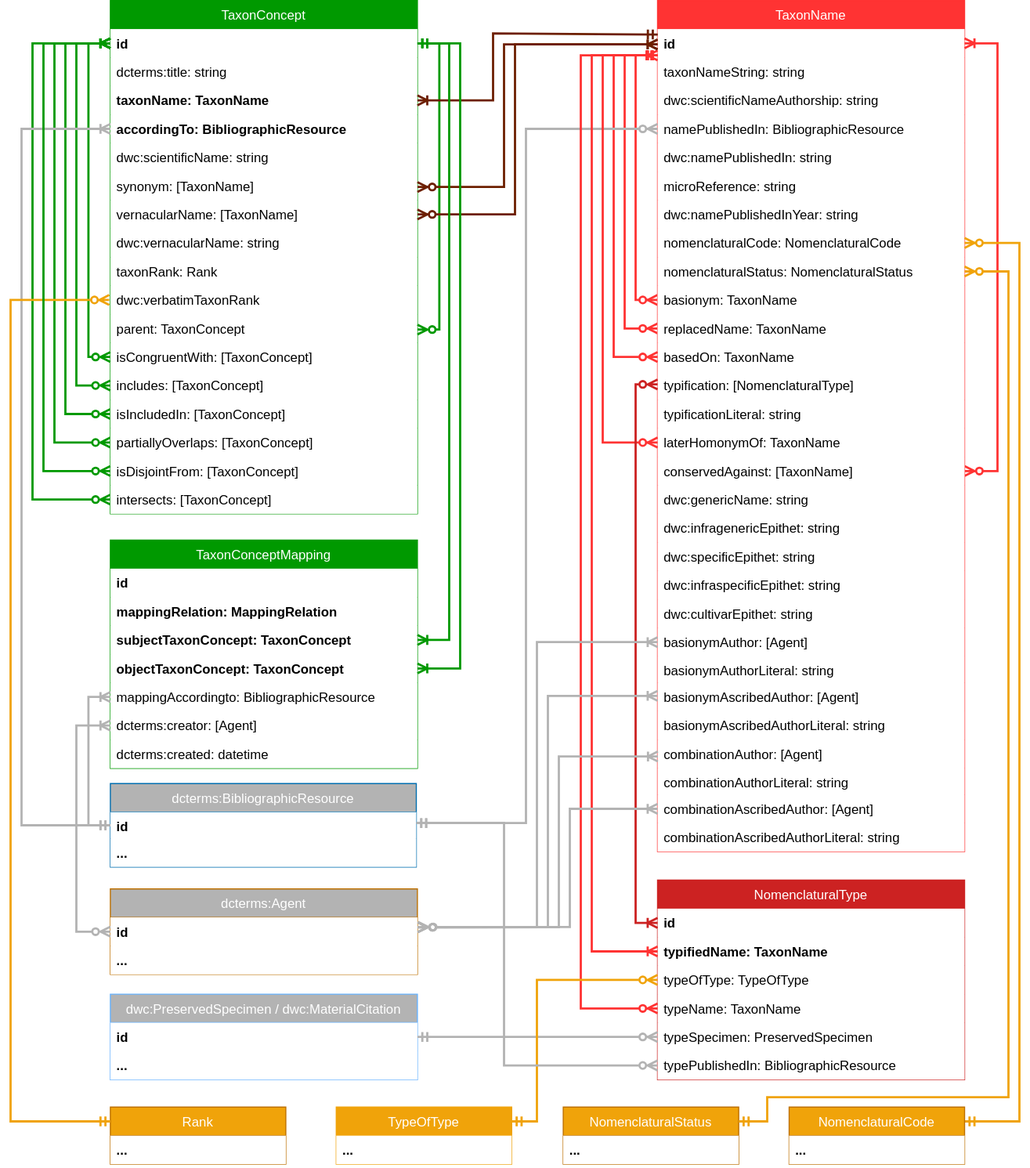
The draw.io diagram docs/media/tcs-diagram.drawio.svg in tdwg/tcs2, before a commit. Source tidied: cells renumbered, new cells last; positions are measured from the earlier drawing's top-left corner, leaving out a move shared by most shapes.
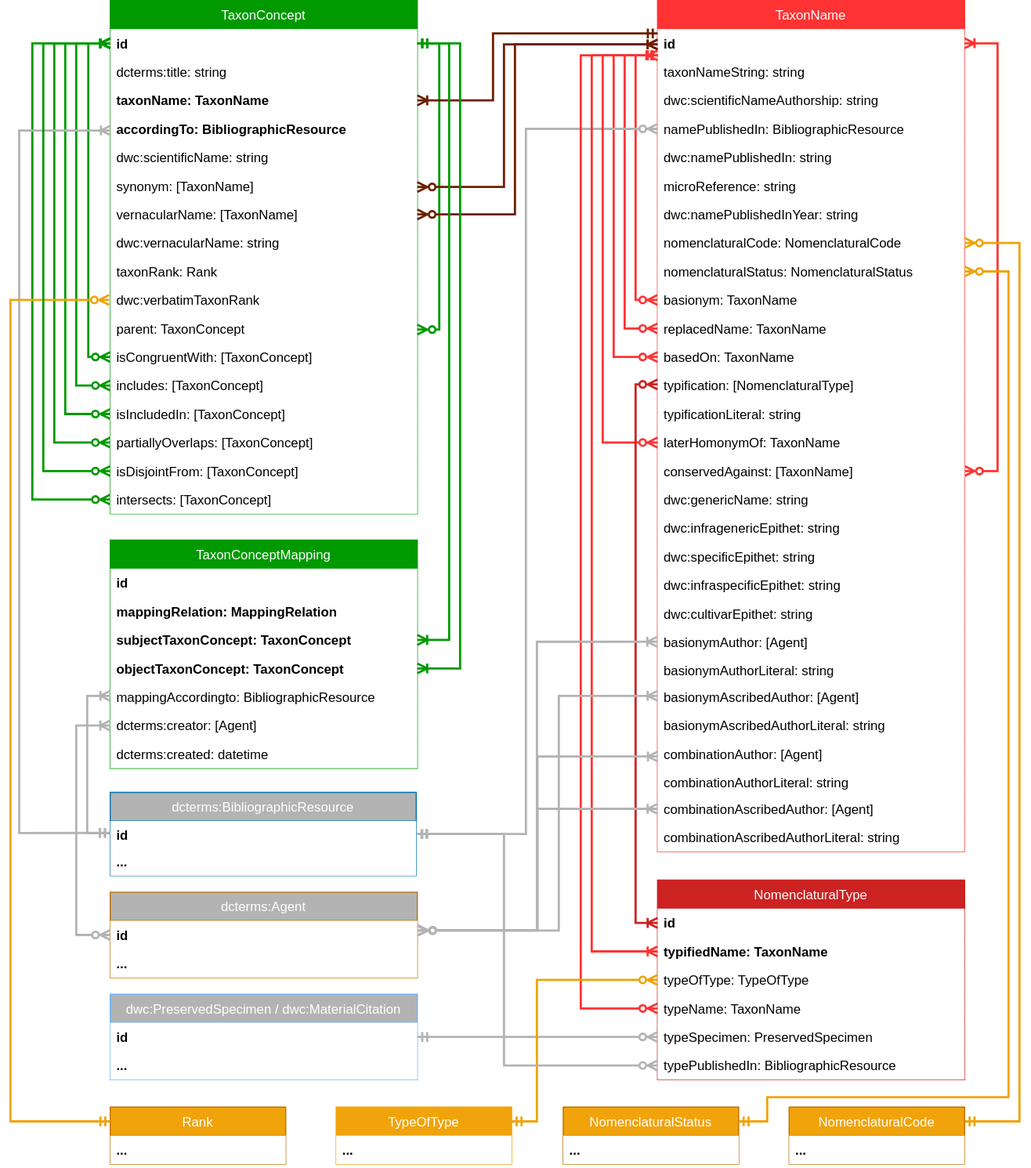
The same file after the commit.

Change to the diagram source:
```diff
@@ -287,20 +287,21 @@
         </Array>
       </mxGeometry>
     </mxCell>
-    <mxCell id="77" style="edgeStyle=orthogonalEdgeStyle;rounded=0;jettySize=auto;html=1;entryX=0;entryY=0.5;entryDx=0;entryDy=0;startArrow=ERoneToMany;endArrow=ERmandOne;strokeColor=#B3B3B3;strokeWidth=2;exitX=0;exitY=0.25;exitDx=0;exitDy=0;startFill=0;" parent="1" edge="1" source="2" target="83">
+    <mxCell id="77" style="edgeStyle=orthogonalEdgeStyle;rounded=0;jettySize=auto;html=1;entryX=0.006;entryY=0.457;entryDx=0;entryDy=0;startArrow=ERoneToMany;endArrow=ERmandOne;strokeColor=#B3B3B3;strokeWidth=2;exitX=0.002;exitY=0.557;exitDx=0;exitDy=0;startFill=0;entryPerimeter=0;exitPerimeter=0;" parent="1" edge="1" source="6">
       <mxGeometry relative="1" as="geometry">
+        <mxPoint x="90.7" y="759" as="targetPoint" />
         <Array as="points">
-          <mxPoint x="10" y="117" />
-          <mxPoint x="10" y="752" />
+          <mxPoint x="8" y="119" />
+          <mxPoint x="8" y="759" />
         </Array>
       </mxGeometry>
     </mxCell>
     <mxCell id="78" style="edgeStyle=orthogonalEdgeStyle;rounded=0;jettySize=auto;html=1;startArrow=ERzeroToMany;endArrow=ERmandOne;exitX=0;exitY=0.5;exitDx=0;exitDy=0;strokeColor=#B3B3B3;strokeWidth=2;" parent="1" edge="1" source="30">
       <mxGeometry relative="1" as="geometry">
-        <mxPoint x="370" y="750" as="targetPoint" />
+        <mxPoint x="371" y="760" as="targetPoint" />
         <Array as="points">
           <mxPoint x="470" y="117" />
-          <mxPoint x="470" y="750" />
+          <mxPoint x="470" y="760" />
         </Array>
       </mxGeometry>
     </mxCell>
@@ -334,7 +335,7 @@
       </mxGeometry>
     </mxCell>
     <mxCell id="83" value="dcterms:BibliographicResource" style="swimlane;fontStyle=0;horizontal=1;startSize=26;strokeWidth=1;strokeColor=#006EAF;fontColor=#ffffff;fillColor=#B3B3B3;" parent="1" vertex="1">
-      <mxGeometry x="91" y="714" width="279" height="76" as="geometry" />
+      <mxGeometry x="91" y="722" width="279" height="76" as="geometry" />
     </mxCell>
     <mxCell id="84" value="id" style="text;strokeColor=none;align=left;verticalAlign=top;spacingLeft=4;spacingRight=4;overflow=hidden;points=[[0,0.5],[1,0.5]];portConstraint=eastwest;fontStyle=1;fillColor=#ffffff;" parent="83" vertex="1">
       <mxGeometry y="26" width="279" height="24" as="geometry" />
@@ -434,11 +435,13 @@
         </Array>
       </mxGeometry>
     </mxCell>
-    <mxCell id="103" style="edgeStyle=orthogonalEdgeStyle;rounded=0;jettySize=auto;html=1;entryX=0;entryY=0.5;entryDx=0;entryDy=0;strokeColor=#B3B3B3;strokeWidth=2;startArrow=ERoneToMany;startFill=0;endArrow=ERmandOne;endFill=0;exitX=0;exitY=0.5;exitDx=0;exitDy=0;" parent="1" edge="1" source="98" target="84">
+    <mxCell id="103" style="edgeStyle=orthogonalEdgeStyle;rounded=0;jettySize=auto;html=1;entryX=-0.001;entryY=0.486;entryDx=0;entryDy=0;strokeColor=#B3B3B3;strokeWidth=2;startArrow=ERoneToMany;startFill=0;endArrow=ERmandOne;endFill=0;exitX=0;exitY=0.5;exitDx=0;exitDy=0;entryPerimeter=0;" parent="1" edge="1" target="84">
       <mxGeometry relative="1" as="geometry">
+        <mxPoint x="91" y="634" as="sourcePoint" />
         <Array as="points">
-          <mxPoint x="71" y="635" />
-          <mxPoint x="71" y="752" />
+          <mxPoint x="70" y="634" />
+          <mxPoint x="70" y="759" />
+          <mxPoint x="91" y="759" />
         </Array>
       </mxGeometry>
     </mxCell>
@@ -470,7 +473,7 @@
       </mxGeometry>
     </mxCell>
     <mxCell id="107" value="dcterms:Agent" style="swimlane;fontStyle=0;horizontal=1;startSize=26;fillColor=#B3B3B3;strokeWidth=1;fontColor=#FFFFFF;strokeColor=#BD7000;" parent="1" vertex="1">
-      <mxGeometry x="91" y="810" width="280" height="78" as="geometry" />
+      <mxGeometry x="91" y="813" width="280" height="78" as="geometry" />
     </mxCell>
     <mxCell id="108" value="id" style="text;strokeColor=none;align=left;verticalAlign=top;spacingLeft=4;spacingRight=4;overflow=hidden;points=[[0,0.5],[1,0.5]];portConstraint=eastwest;fontStyle=1;fillColor=#ffffff;" parent="107" vertex="1">
       <mxGeometry y="26" width="280" height="26" as="geometry" />
@@ -478,54 +481,45 @@
     <mxCell id="109" value="..." style="text;strokeColor=none;align=left;verticalAlign=top;spacingLeft=4;spacingRight=4;overflow=hidden;fontStyle=1;fillColor=#ffffff;" parent="107" vertex="1">
       <mxGeometry y="52" width="280" height="26" as="geometry" />
     </mxCell>
-    <mxCell id="110" style="edgeStyle=orthogonalEdgeStyle;rounded=0;jettySize=auto;html=1;strokeWidth=2;strokeColor=#B3B3B3;startArrow=ERoneToMany;endArrow=ERzeroToMany;exitX=0;exitY=0.5;exitDx=0;exitDy=0;endFill=0;startFill=0;entryX=1.002;entryY=0.379;entryDx=0;entryDy=0;entryPerimeter=0;" parent="1" edge="1" source="52">
+    <mxCell id="110" style="edgeStyle=orthogonalEdgeStyle;rounded=0;jettySize=auto;html=1;strokeWidth=2;strokeColor=#B3B3B3;startArrow=ERoneToMany;endArrow=ERzeroToMany;exitX=-0.001;exitY=0.487;exitDx=0;exitDy=0;endFill=0;startFill=0;entryX=1.002;entryY=0.379;entryDx=0;entryDy=0;entryPerimeter=0;exitPerimeter=0;" parent="1" edge="1" source="52">
       <mxGeometry relative="1" as="geometry">
-        <mxPoint x="371.6" y="844.9" as="targetPoint" />
+        <mxPoint x="371.6" y="847.9" as="targetPoint" />
         <Array as="points">
           <mxPoint x="480" y="585" />
-          <mxPoint x="480" y="845" />
+          <mxPoint x="480" y="848" />
         </Array>
       </mxGeometry>
     </mxCell>
-    <mxCell id="111" style="edgeStyle=orthogonalEdgeStyle;rounded=0;jettySize=auto;html=1;strokeWidth=2;strokeColor=#B3B3B3;startArrow=ERoneToMany;endArrow=ERzeroToMany;exitX=0;exitY=0.5;exitDx=0;exitDy=0;endFill=0;startFill=0;entryX=1.001;entryY=0.347;entryDx=0;entryDy=0;entryPerimeter=0;" parent="1" edge="1" target="108">
+    <mxCell id="111" style="edgeStyle=orthogonalEdgeStyle;rounded=0;orthogonalLoop=1;jettySize=auto;html=1;strokeWidth=2;strokeColor=#B3B3B3;startArrow=ERoneToMany;endArrow=ERzeroToMany;exitX=0;exitY=0.5;exitDx=0;exitDy=0;endFill=0;startFill=0;entryX=1.001;entryY=0.347;entryDx=0;entryDy=0;entryPerimeter=0;" parent="1" edge="1">
       <mxGeometry relative="1" as="geometry">
         <mxPoint x="590" y="634" as="sourcePoint" />
+        <mxPoint x="371.3" y="848" as="targetPoint" />
         <Array as="points">
-          <mxPoint x="490" y="634" />
-          <mxPoint x="490" y="845" />
+          <mxPoint x="500" y="634" />
+          <mxPoint x="500" y="848" />
         </Array>
       </mxGeometry>
     </mxCell>
     <mxCell id="112" style="edgeStyle=orthogonalEdgeStyle;rounded=0;jettySize=auto;html=1;strokeWidth=2;strokeColor=#B3B3B3;startArrow=ERoneToMany;endArrow=ERzeroToMany;exitX=0.001;exitY=0.587;exitDx=0;exitDy=0;endFill=0;startFill=0;exitPerimeter=0;entryX=1.001;entryY=0.347;entryDx=0;entryDy=0;entryPerimeter=0;" parent="1" edge="1" source="56" target="108">
-      <mxGeometry relative="1" as="geometry">
-        <Array as="points">
-          <mxPoint x="500" y="689" />
-          <mxPoint x="500" y="845" />
-        </Array>
-      </mxGeometry>
+      <mxGeometry relative="1" as="geometry" />
     </mxCell>
     <mxCell id="113" style="edgeStyle=orthogonalEdgeStyle;rounded=0;jettySize=auto;html=1;strokeWidth=2;strokeColor=#B3B3B3;startArrow=ERoneToMany;endArrow=ERzeroToMany;exitX=0;exitY=0.5;exitDx=0;exitDy=0;endFill=0;startFill=0;entryX=1.003;entryY=0.336;entryDx=0;entryDy=0;entryPerimeter=0;" parent="1" edge="1" source="58" target="108">
-      <mxGeometry relative="1" as="geometry">
-        <Array as="points">
-          <mxPoint x="510" y="737" />
-          <mxPoint x="510" y="845" />
-        </Array>
-      </mxGeometry>
+      <mxGeometry relative="1" as="geometry" />
     </mxCell>
     <mxCell id="114" style="edgeStyle=orthogonalEdgeStyle;rounded=0;jettySize=auto;html=1;strokeWidth=2;strokeColor=#B3B3B3;startArrow=ERoneToMany;endArrow=ERzeroToMany;exitX=0;exitY=0.5;exitDx=0;exitDy=0;entryX=0;entryY=0.5;entryDx=0;entryDy=0;endFill=0;startFill=0;" parent="1" edge="1" source="99" target="107">
       <mxGeometry relative="1" as="geometry">
         <Array as="points">
           <mxPoint x="60" y="661" />
-          <mxPoint x="60" y="849" />
+          <mxPoint x="60" y="852" />
         </Array>
       </mxGeometry>
     </mxCell>
-    <mxCell id="115" style="edgeStyle=orthogonalEdgeStyle;rounded=0;jettySize=auto;html=1;strokeColor=#B3B3B3;strokeWidth=2;startArrow=ERzeroToMany;startFill=0;endArrow=ERmandOne;endFill=0;exitX=0;exitY=0.5;exitDx=0;exitDy=0;entryX=1;entryY=0.5;entryDx=0;entryDy=0;" parent="1" edge="1" source="69">
+    <mxCell id="115" style="edgeStyle=orthogonalEdgeStyle;rounded=0;jettySize=auto;html=1;strokeColor=#B3B3B3;strokeWidth=2;startArrow=ERzeroToMany;startFill=0;endArrow=ERmandOne;endFill=0;exitX=0;exitY=0.5;exitDx=0;exitDy=0;entryX=1.001;entryY=0.466;entryDx=0;entryDy=0;entryPerimeter=0;" parent="1" edge="1" source="69" target="84">
       <mxGeometry relative="1" as="geometry">
-        <mxPoint x="370" y="750" as="targetPoint" />
         <Array as="points">
           <mxPoint x="450" y="971" />
-          <mxPoint x="450" y="750" />
+          <mxPoint x="450" y="760" />
+          <mxPoint x="370" y="760" />
         </Array>
       </mxGeometry>
     </mxCell>
```
